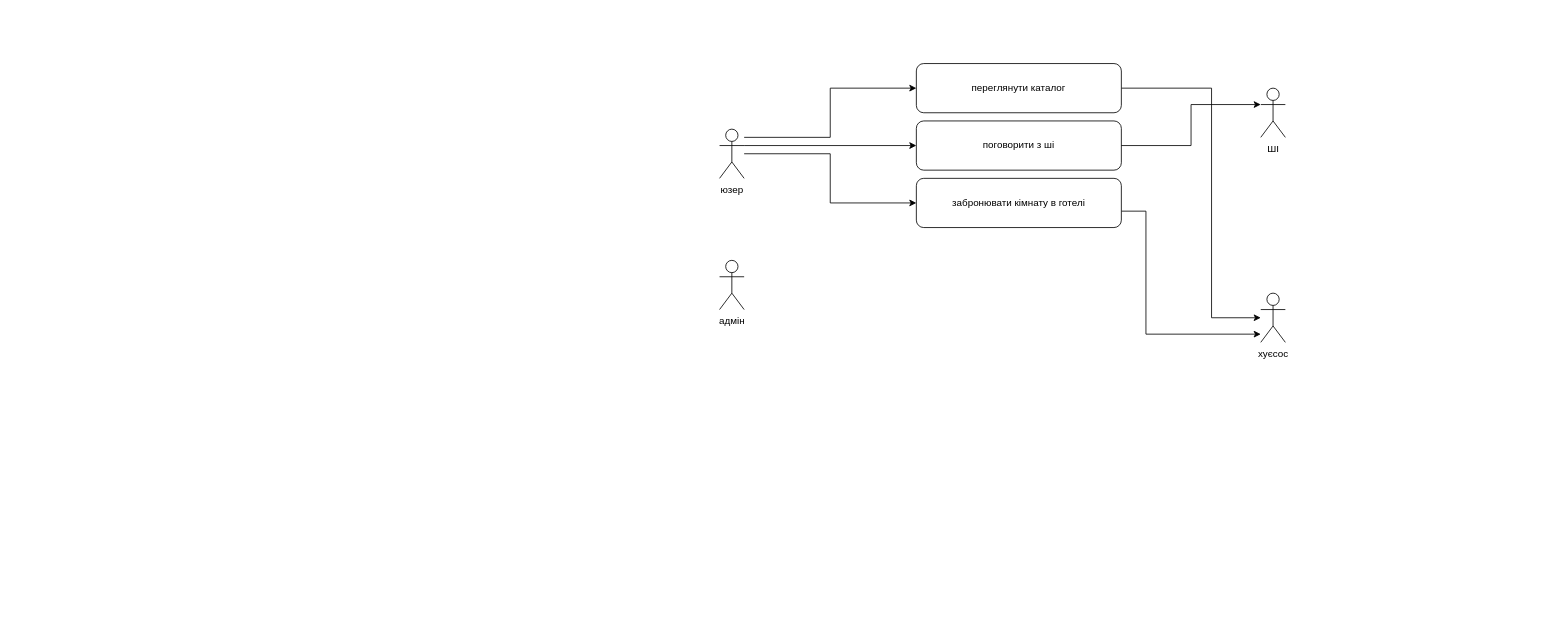
This is dafa.drawio from Maksym-Perehinets/TSPP, a draw.io file, before an edit. Source tidied: cells renumbered, new cells numbered last; positions are measured from the earlier drawing's top-left corner, leaving out a move shared by most shapes. Both pictures are drawn from the tidied source at 82%, with x=0, y=0 at pixel (719, 63).
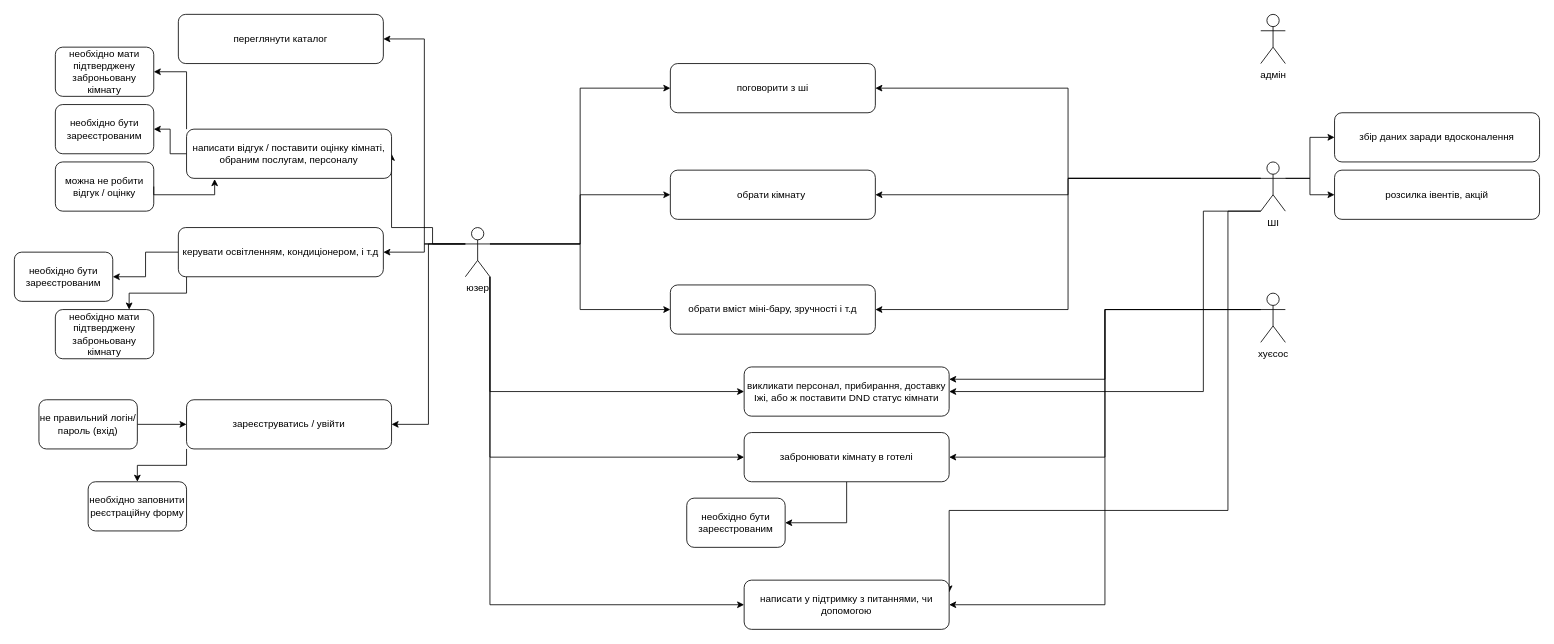
The same diagram, later.

The change refers to these unchanged cells:
```xml
<mxCell id="13" value="хуєсос" style="shape=umlActor;verticalLabelPosition=bottom;verticalAlign=top;html=1;outlineConnect=0;" parent="1" vertex="1">
  <mxGeometry x="660" y="280" width="30" height="60" as="geometry" />
</mxCell>
```

Diff of the diagram source:
```diff
@@
+    <mxCell id="4" style="edgeStyle=orthogonalEdgeStyle;rounded=0;jettySize=auto;html=1;exitX=0;exitY=0.3333333333333333;exitDx=0;exitDy=0;exitPerimeter=0;entryX=1;entryY=0.5;entryDx=0;entryDy=0;" parent="1" edge="1" source="5" target="10">
+      <mxGeometry relative="1" as="geometry" />
+    </mxCell>
+    <mxCell id="15" style="edgeStyle=orthogonalEdgeStyle;rounded=0;jettySize=auto;html=1;exitX=0;exitY=0.3333333333333333;exitDx=0;exitDy=0;exitPerimeter=0;entryX=1;entryY=0.5;entryDx=0;entryDy=0;" parent="1" edge="1" source="5" target="38">
+      <mxGeometry relative="1" as="geometry">
+        <Array as="points">
+          <mxPoint x="-350" y="220" />
+          <mxPoint x="-350" y="200" />
+        </Array>
+      </mxGeometry>
+    </mxCell>
+    <mxCell id="16" style="edgeStyle=orthogonalEdgeStyle;rounded=0;jettySize=auto;html=1;exitX=0;exitY=0.3333333333333333;exitDx=0;exitDy=0;exitPerimeter=0;entryX=1;entryY=0.5;entryDx=0;entryDy=0;" parent="1" edge="1" source="5" target="41">
+      <mxGeometry relative="1" as="geometry" />
+    </mxCell>
@@
+    <mxCell id="17" style="edgeStyle=orthogonalEdgeStyle;rounded=0;jettySize=auto;html=1;exitX=1;exitY=0.3333333333333333;exitDx=0;exitDy=0;exitPerimeter=0;entryX=0;entryY=0.5;entryDx=0;entryDy=0;" parent="1" edge="1" source="5" target="33">
+      <mxGeometry relative="1" as="geometry" />
+    </mxCell>
+    <mxCell id="18" style="edgeStyle=orthogonalEdgeStyle;rounded=0;jettySize=auto;html=1;exitX=1;exitY=0.3333333333333333;exitDx=0;exitDy=0;exitPerimeter=0;entryX=0;entryY=0.5;entryDx=0;entryDy=0;" parent="1" edge="1" source="5" target="35">
+      <mxGeometry relative="1" as="geometry" />
+    </mxCell>
+    <mxCell id="19" style="edgeStyle=orthogonalEdgeStyle;rounded=0;jettySize=auto;html=1;exitX=1;exitY=1;exitDx=0;exitDy=0;exitPerimeter=0;entryX=0;entryY=0.5;entryDx=0;entryDy=0;" parent="1" edge="1" source="5" target="42">
+      <mxGeometry relative="1" as="geometry" />
+    </mxCell>
-    <mxCell id="3" style="edgeStyle=orthogonalEdgeStyle;rounded=0;jettySize=auto;html=1;entryX=0;entryY=0.5;entryDx=0;entryDy=0;" parent="1" edge="1" source="5" target="7">
+    <mxCell id="3" style="edgeStyle=orthogonalEdgeStyle;rounded=0;jettySize=auto;html=1;exitX=1;exitY=1;exitDx=0;exitDy=0;exitPerimeter=0;entryX=0;entryY=0.5;entryDx=0;entryDy=0;" parent="1" edge="1" source="5" target="7">
       <mxGeometry relative="1" as="geometry" />
     </mxCell>
-    <mxCell id="4" style="edgeStyle=orthogonalEdgeStyle;rounded=0;jettySize=auto;html=1;entryX=0;entryY=0.5;entryDx=0;entryDy=0;" parent="1" edge="1" source="5" target="10">
-      <mxGeometry relative="1" as="geometry">
-        <Array as="points">
-          <mxPoint x="135" y="90" />
-          <mxPoint x="135" y="30" />
-        </Array>
-      </mxGeometry>
-    </mxCell>
+    <mxCell id="20" style="edgeStyle=orthogonalEdgeStyle;rounded=0;jettySize=auto;html=1;exitX=1;exitY=1;exitDx=0;exitDy=0;exitPerimeter=0;entryX=0;entryY=0.5;entryDx=0;entryDy=0;" parent="1" edge="1" source="5" target="34">
+      <mxGeometry relative="1" as="geometry" />
+    </mxCell>
+    <mxCell id="21" style="edgeStyle=orthogonalEdgeStyle;rounded=0;jettySize=auto;html=1;exitX=0;exitY=0.3333333333333333;exitDx=0;exitDy=0;exitPerimeter=0;entryX=1;entryY=0.5;entryDx=0;entryDy=0;" parent="1" edge="1" source="5" target="44">
+      <mxGeometry relative="1" as="geometry" />
+    </mxCell>
     <mxCell id="5" value="юзер" style="shape=umlActor;verticalLabelPosition=bottom;verticalAlign=top;html=1;outlineConnect=0;" parent="1" vertex="1">
-      <mxGeometry y="80" width="30" height="60" as="geometry" />
+      <mxGeometry x="-310" y="200" width="30" height="60" as="geometry" />
     </mxCell>
-    <mxCell id="6" style="edgeStyle=orthogonalEdgeStyle;rounded=0;jettySize=auto;html=1;" parent="1" edge="1" source="7" target="13">
-      <mxGeometry relative="1" as="geometry">
-        <Array as="points">
-          <mxPoint x="520" y="180" />
-          <mxPoint x="520" y="330" />
-        </Array>
-      </mxGeometry>
-    </mxCell>
+    <mxCell id="22" style="edgeStyle=orthogonalEdgeStyle;rounded=0;jettySize=auto;html=1;" parent="1" edge="1" source="7" target="54">
+      <mxGeometry relative="1" as="geometry">
+        <Array as="points">
+          <mxPoint x="155" y="560" />
+        </Array>
+      </mxGeometry>
+    </mxCell>
     <mxCell id="7" value="забронювати кімнату в готелі" style="rounded=1;whiteSpace=wrap;html=1;" parent="1" vertex="1">
-      <mxGeometry x="240" y="140" width="250" height="60" as="geometry" />
+      <mxGeometry x="30" y="450" width="250" height="60" as="geometry" />
     </mxCell>
     <mxCell id="8" value="поговорити з ші" style="rounded=1;whiteSpace=wrap;html=1;" parent="1" vertex="1">
-      <mxGeometry x="240" y="70" width="250" height="60" as="geometry" />
+      <mxGeometry x="-60" width="250" height="60" as="geometry" />
     </mxCell>
-    <mxCell id="9" style="edgeStyle=orthogonalEdgeStyle;rounded=0;jettySize=auto;html=1;" parent="1" edge="1" source="10" target="13">
-      <mxGeometry relative="1" as="geometry">
-        <Array as="points">
-          <mxPoint x="600" y="30" />
-          <mxPoint x="600" y="310" />
-        </Array>
-      </mxGeometry>
-    </mxCell>
     <mxCell id="10" value="переглянути каталог" style="rounded=1;whiteSpace=wrap;html=1;" parent="1" vertex="1">
-      <mxGeometry x="240" width="250" height="60" as="geometry" />
+      <mxGeometry x="-660" y="-60" width="250" height="60" as="geometry" />
     </mxCell>
     <mxCell id="11" value="адмін" style="shape=umlActor;verticalLabelPosition=bottom;verticalAlign=top;html=1;" parent="1" vertex="1">
-      <mxGeometry y="240" width="30" height="60" as="geometry" />
+      <mxGeometry x="660" y="-60" width="30" height="60" as="geometry" />
     </mxCell>
+    <mxCell id="23" style="edgeStyle=orthogonalEdgeStyle;rounded=0;jettySize=auto;html=1;exitX=0;exitY=0.3333333333333333;exitDx=0;exitDy=0;exitPerimeter=0;entryX=1;entryY=0.5;entryDx=0;entryDy=0;" parent="1" edge="1" source="12" target="8">
+      <mxGeometry relative="1" as="geometry" />
+    </mxCell>
+    <mxCell id="24" style="edgeStyle=orthogonalEdgeStyle;rounded=0;jettySize=auto;html=1;exitX=0;exitY=0.3333333333333333;exitDx=0;exitDy=0;exitPerimeter=0;entryX=1;entryY=0.5;entryDx=0;entryDy=0;" parent="1" edge="1" source="12" target="33">
+      <mxGeometry relative="1" as="geometry" />
+    </mxCell>
+    <mxCell id="25" style="edgeStyle=orthogonalEdgeStyle;rounded=0;jettySize=auto;html=1;exitX=0;exitY=0.3333333333333333;exitDx=0;exitDy=0;exitPerimeter=0;entryX=1;entryY=0.5;entryDx=0;entryDy=0;" parent="1" edge="1" source="12" target="35">
+      <mxGeometry relative="1" as="geometry" />
+    </mxCell>
+    <mxCell id="26" style="edgeStyle=orthogonalEdgeStyle;rounded=0;jettySize=auto;html=1;exitX=0;exitY=1;exitDx=0;exitDy=0;exitPerimeter=0;entryX=1;entryY=0.5;entryDx=0;entryDy=0;" parent="1" edge="1" source="12" target="42">
+      <mxGeometry relative="1" as="geometry">
+        <Array as="points">
+          <mxPoint x="590" y="180" />
+          <mxPoint x="590" y="400" />
+        </Array>
+      </mxGeometry>
+    </mxCell>
+    <mxCell id="27" style="edgeStyle=orthogonalEdgeStyle;rounded=0;jettySize=auto;html=1;exitX=0;exitY=1;exitDx=0;exitDy=0;exitPerimeter=0;entryX=1;entryY=0.25;entryDx=0;entryDy=0;" parent="1" edge="1" source="12" target="34">
+      <mxGeometry relative="1" as="geometry">
+        <Array as="points">
+          <mxPoint x="620" y="180" />
+          <mxPoint x="620" y="545" />
+        </Array>
+      </mxGeometry>
+    </mxCell>
+    <mxCell id="28" style="edgeStyle=orthogonalEdgeStyle;rounded=0;jettySize=auto;html=1;exitX=1;exitY=0.3333333333333333;exitDx=0;exitDy=0;exitPerimeter=0;" parent="1" edge="1" source="12" target="55">
+      <mxGeometry relative="1" as="geometry" />
+    </mxCell>
+    <mxCell id="29" style="edgeStyle=orthogonalEdgeStyle;rounded=0;jettySize=auto;html=1;exitX=1;exitY=0.3333333333333333;exitDx=0;exitDy=0;exitPerimeter=0;entryX=0;entryY=0.5;entryDx=0;entryDy=0;" parent="1" edge="1" source="12" target="56">
+      <mxGeometry relative="1" as="geometry" />
+    </mxCell>
     <mxCell id="12" value="ШІ" style="shape=umlActor;verticalLabelPosition=bottom;verticalAlign=top;html=1;outlineConnect=0;" parent="1" vertex="1">
-      <mxGeometry x="660" y="30" width="30" height="60" as="geometry" />
+      <mxGeometry x="660" y="120" width="30" height="60" as="geometry" />
     </mxCell>
+    <mxCell id="30" style="edgeStyle=orthogonalEdgeStyle;rounded=0;jettySize=auto;html=1;exitX=0;exitY=0.3333333333333333;exitDx=0;exitDy=0;exitPerimeter=0;entryX=1;entryY=0.25;entryDx=0;entryDy=0;" parent="1" edge="1" source="13" target="42">
+      <mxGeometry relative="1" as="geometry" />
+    </mxCell>
+    <mxCell id="31" style="edgeStyle=orthogonalEdgeStyle;rounded=0;jettySize=auto;html=1;exitX=0;exitY=0.3333333333333333;exitDx=0;exitDy=0;exitPerimeter=0;entryX=1;entryY=0.5;entryDx=0;entryDy=0;" parent="1" edge="1" source="13" target="7">
+      <mxGeometry relative="1" as="geometry" />
+    </mxCell>
+    <mxCell id="32" style="edgeStyle=orthogonalEdgeStyle;rounded=0;jettySize=auto;html=1;exitX=0;exitY=0.3333333333333333;exitDx=0;exitDy=0;exitPerimeter=0;entryX=1;entryY=0.5;entryDx=0;entryDy=0;" parent="1" edge="1" source="13" target="34">
+      <mxGeometry relative="1" as="geometry" />
+    </mxCell>
@@
-    <mxCell id="14" style="edgeStyle=orthogonalEdgeStyle;rounded=0;jettySize=auto;html=1;exitX=1;exitY=0.5;exitDx=0;exitDy=0;entryX=0;entryY=0.3333333333333333;entryDx=0;entryDy=0;entryPerimeter=0;" parent="1" edge="1" source="8" target="12">
-      <mxGeometry relative="1" as="geometry" />
-    </mxCell>
+    <mxCell id="33" value="обрати кімнату&amp;nbsp;" style="rounded=1;whiteSpace=wrap;html=1;" parent="1" vertex="1">
+      <mxGeometry x="-60" y="130" width="250" height="60" as="geometry" />
+    </mxCell>
+    <mxCell id="34" value="написати у підтримку з питаннями, чи допомогою" style="rounded=1;whiteSpace=wrap;html=1;" parent="1" vertex="1">
+      <mxGeometry x="30" y="630" width="250" height="60" as="geometry" />
+    </mxCell>
+    <mxCell id="35" value="обрати вміст міні-бару, зручності і т.д" style="rounded=1;whiteSpace=wrap;html=1;" parent="1" vertex="1">
+      <mxGeometry x="-60" y="270" width="250" height="60" as="geometry" />
+    </mxCell>
+    <mxCell id="36" style="edgeStyle=orthogonalEdgeStyle;rounded=0;jettySize=auto;html=1;exitX=0;exitY=0;exitDx=0;exitDy=0;entryX=1;entryY=0.5;entryDx=0;entryDy=0;" parent="1" edge="1" source="38" target="51">
+      <mxGeometry relative="1" as="geometry" />
+    </mxCell>
+    <mxCell id="37" style="edgeStyle=orthogonalEdgeStyle;rounded=0;jettySize=auto;html=1;exitX=0;exitY=0.5;exitDx=0;exitDy=0;entryX=1;entryY=0.5;entryDx=0;entryDy=0;" parent="1" edge="1" source="38" target="50">
+      <mxGeometry relative="1" as="geometry" />
+    </mxCell>
+    <mxCell id="38" value="написати відгук / поставити оцінку кімнаті, обраним послугам, персоналу" style="rounded=1;whiteSpace=wrap;html=1;" parent="1" vertex="1">
+      <mxGeometry x="-650" y="80" width="250" height="60" as="geometry" />
+    </mxCell>
+    <mxCell id="39" style="edgeStyle=orthogonalEdgeStyle;rounded=0;jettySize=auto;html=1;" parent="1" edge="1" source="41" target="48">
+      <mxGeometry relative="1" as="geometry" />
+    </mxCell>
+    <mxCell id="40" style="edgeStyle=orthogonalEdgeStyle;rounded=0;jettySize=auto;html=1;" parent="1" edge="1" source="41" target="49">
+      <mxGeometry relative="1" as="geometry">
+        <Array as="points">
+          <mxPoint x="-650" y="280" />
+          <mxPoint x="-720" y="280" />
+        </Array>
+      </mxGeometry>
+    </mxCell>
+    <mxCell id="41" value="керувати освітленням, кондиціонером, і т.д" style="rounded=1;whiteSpace=wrap;html=1;" parent="1" vertex="1">
+      <mxGeometry x="-660" y="200" width="250" height="60" as="geometry" />
+    </mxCell>
+    <mxCell id="42" value="викликати персонал, прибирання, доставку Іжі, або ж поставити DND статус кімнати" style="rounded=1;whiteSpace=wrap;html=1;" parent="1" vertex="1">
+      <mxGeometry x="30" y="370" width="250" height="60" as="geometry" />
+    </mxCell>
+    <mxCell id="43" style="edgeStyle=orthogonalEdgeStyle;rounded=0;jettySize=auto;html=1;" parent="1" edge="1" source="44" target="47">
+      <mxGeometry relative="1" as="geometry">
+        <Array as="points">
+          <mxPoint x="-650" y="490" />
+          <mxPoint x="-710" y="490" />
+        </Array>
+      </mxGeometry>
+    </mxCell>
+    <mxCell id="44" value="зареєструватись / увійти" style="rounded=1;whiteSpace=wrap;html=1;" parent="1" vertex="1">
+      <mxGeometry x="-650" y="410" width="250" height="60" as="geometry" />
+    </mxCell>
+    <mxCell id="45" style="edgeStyle=orthogonalEdgeStyle;rounded=0;jettySize=auto;html=1;exitX=1;exitY=0.5;exitDx=0;exitDy=0;entryX=0;entryY=0.5;entryDx=0;entryDy=0;" parent="1" edge="1" source="46" target="44">
+      <mxGeometry relative="1" as="geometry" />
+    </mxCell>
+    <mxCell id="46" value="не правильний логін/пароль (вхід)" style="whiteSpace=wrap;html=1;rounded=1;" parent="1" vertex="1">
+      <mxGeometry x="-830" y="410" width="120" height="60" as="geometry" />
+    </mxCell>
+    <mxCell id="47" value="необхідно заповнити реєстраційну форму" style="whiteSpace=wrap;html=1;rounded=1;" parent="1" vertex="1">
+      <mxGeometry x="-770" y="510" width="120" height="60" as="geometry" />
+    </mxCell>
+    <mxCell id="48" value="необхідно бути зареєстрованим" style="whiteSpace=wrap;html=1;rounded=1;" parent="1" vertex="1">
+      <mxGeometry x="-860" y="230" width="120" height="60" as="geometry" />
+    </mxCell>
+    <mxCell id="49" value="необхідно мати підтверджену заброньовану кімнату" style="whiteSpace=wrap;html=1;rounded=1;" parent="1" vertex="1">
+      <mxGeometry x="-810" y="300" width="120" height="60" as="geometry" />
+    </mxCell>
+    <mxCell id="50" value="необхідно бути зареєстрованим" style="whiteSpace=wrap;html=1;rounded=1;" parent="1" vertex="1">
+      <mxGeometry x="-810" y="50" width="120" height="60" as="geometry" />
+    </mxCell>
+    <mxCell id="51" value="необхідно мати підтверджену заброньовану кімнату" style="whiteSpace=wrap;html=1;rounded=1;" parent="1" vertex="1">
+      <mxGeometry x="-810" y="-20" width="120" height="60" as="geometry" />
+    </mxCell>
+    <mxCell id="52" value="можна не робити відгук / оцінку" style="whiteSpace=wrap;html=1;rounded=1;" parent="1" vertex="1">
+      <mxGeometry x="-810" y="120" width="120" height="60" as="geometry" />
+    </mxCell>
+    <mxCell id="53" style="edgeStyle=orthogonalEdgeStyle;rounded=0;jettySize=auto;html=1;exitX=1;exitY=0.5;exitDx=0;exitDy=0;entryX=0.137;entryY=1.015;entryDx=0;entryDy=0;entryPerimeter=0;" parent="1" edge="1" source="52" target="38">
+      <mxGeometry relative="1" as="geometry">
+        <Array as="points">
+          <mxPoint x="-690" y="160" />
+          <mxPoint x="-616" y="160" />
+        </Array>
+      </mxGeometry>
+    </mxCell>
+    <mxCell id="54" value="необхідно бути зареєстрованим" style="whiteSpace=wrap;html=1;rounded=1;" parent="1" vertex="1">
+      <mxGeometry x="-40" y="530" width="120" height="60" as="geometry" />
+    </mxCell>
+    <mxCell id="55" value="збір даних заради вдосконалення" style="rounded=1;whiteSpace=wrap;html=1;" parent="1" vertex="1">
+      <mxGeometry x="750" y="60" width="250" height="60" as="geometry" />
+    </mxCell>
+    <mxCell id="56" value="розсилка івентів, акцій" style="rounded=1;whiteSpace=wrap;html=1;" parent="1" vertex="1">
+      <mxGeometry x="750" y="130" width="250" height="60" as="geometry" />
+    </mxCell>
```
